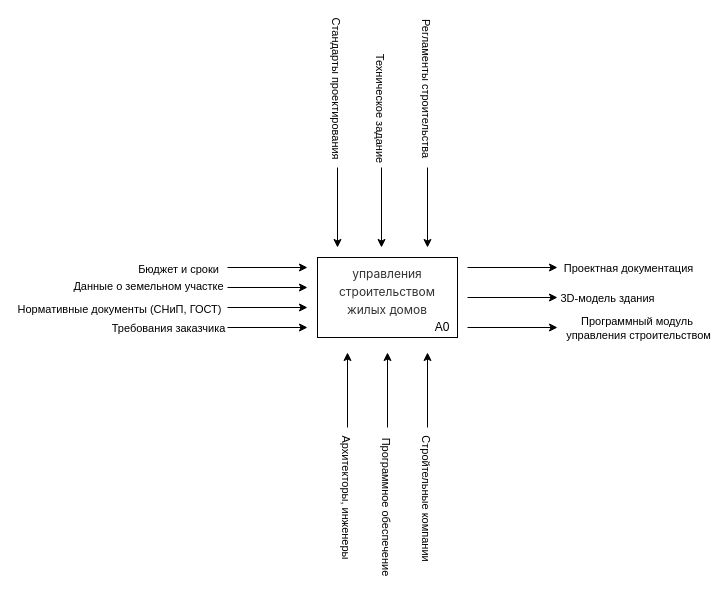
Earlier version of the draw.io diagram diagrams/idef0.drawio (lLegionl/BuildYourDream). Source tidied: cells renumbered, new cells numbered last; positions are measured from the earlier drawing's top-left corner, leaving out a move shared by most shapes. Both pictures are drawn from the tidied source at 100%, with x=0, y=0 at pixel (227, 167).
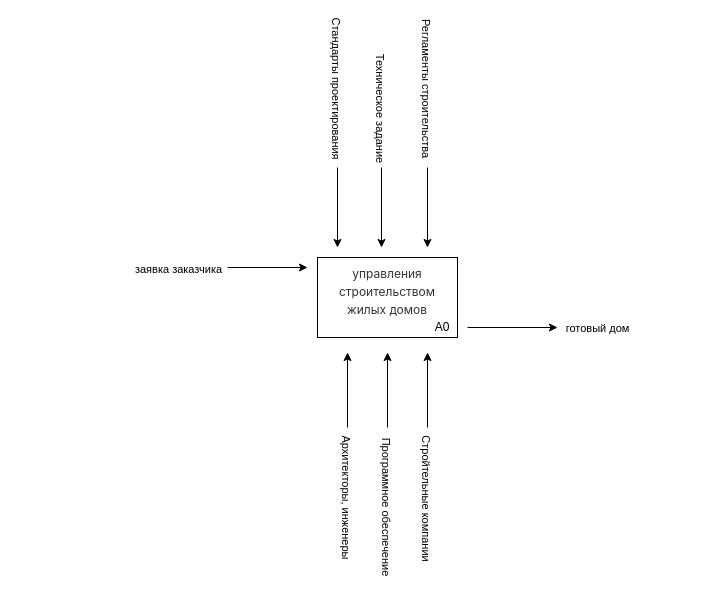
Above is the later version.

The change refers to these unchanged cells:
```xml
<mxCell id="4" style="endArrow=classic;html=1;rounded=0;" parent="1" edge="1">
  <mxGeometry relative="1" as="geometry">
    <mxPoint y="100" as="sourcePoint" />
    <mxPoint x="80" y="100" as="targetPoint" />
  </mxGeometry>
</mxCell>
<mxCell id="28" style="endArrow=classic;html=1;rounded=0;" parent="1" edge="1">
  <mxGeometry relative="1" as="geometry">
    <mxPoint x="240" y="160" as="sourcePoint" />
    <mxPoint x="330" y="160" as="targetPoint" />
  </mxGeometry>
</mxCell>
```

Diff of the diagram source:
```diff
@@
-    <mxCell id="5" value="Бюджет и сроки" style="edgeLabel;html=1;align=center;verticalAlign=middle;" parent="4" vertex="1">
+    <mxCell id="5" value="заявка заказчика" style="edgeLabel;html=1;align=center;verticalAlign=middle;" parent="4" vertex="1">
       <mxGeometry x="-0.15" y="-1" relative="1" as="geometry">
         <mxPoint x="-84" as="offset" />
       </mxGeometry>
     </mxCell>
-    <mxCell id="6" style="endArrow=classic;html=1;rounded=0;" parent="1" edge="1">
-      <mxGeometry relative="1" as="geometry">
-        <mxPoint y="120" as="sourcePoint" />
-        <mxPoint x="80" y="120" as="targetPoint" />
-      </mxGeometry>
-    </mxCell>
-    <mxCell id="7" value="Данные о земельном участке" style="edgeLabel;html=1;align=center;verticalAlign=middle;" parent="6" vertex="1">
-      <mxGeometry x="-0.33" y="2" relative="1" as="geometry">
-        <mxPoint x="-107" as="offset" />
-      </mxGeometry>
-    </mxCell>
-    <mxCell id="8" style="endArrow=classic;html=1;rounded=0;" parent="1" edge="1">
-      <mxGeometry relative="1" as="geometry">
-        <mxPoint y="140" as="sourcePoint" />
-        <mxPoint x="80" y="140" as="targetPoint" />
-      </mxGeometry>
-    </mxCell>
-    <mxCell id="9" value="Нормативные документы (СНиП, ГОСТ)" style="edgeLabel;html=1;align=center;verticalAlign=middle;" parent="8" vertex="1">
-      <mxGeometry x="-0.46" y="-1" relative="1" as="geometry">
-        <mxPoint x="-131" as="offset" />
-      </mxGeometry>
-    </mxCell>
-    <mxCell id="10" style="endArrow=classic;html=1;rounded=0;" parent="1" edge="1">
-      <mxGeometry relative="1" as="geometry">
-        <mxPoint y="160" as="sourcePoint" />
-        <mxPoint x="80" y="160" as="targetPoint" />
-      </mxGeometry>
-    </mxCell>
-    <mxCell id="11" value="Требования заказчика" style="edgeLabel;html=1;align=center;verticalAlign=middle;" parent="10" vertex="1">
-      <mxGeometry x="-0.38" relative="1" as="geometry">
-        <mxPoint x="-85" as="offset" />
-      </mxGeometry>
-    </mxCell>
@@
-    <mxCell id="24" style="endArrow=classic;html=1;rounded=0;" parent="1" edge="1">
-      <mxGeometry relative="1" as="geometry">
-        <mxPoint x="240" y="100" as="sourcePoint" />
-        <mxPoint x="330" y="100" as="targetPoint" />
-      </mxGeometry>
-    </mxCell>
-    <mxCell id="25" value="Проектная документация" style="edgeLabel;html=1;align=center;verticalAlign=middle;" parent="24" vertex="1">
-      <mxGeometry x="-0.14" y="-2" relative="1" as="geometry">
-        <mxPoint x="121" y="-2" as="offset" />
-      </mxGeometry>
-    </mxCell>
-    <mxCell id="26" style="endArrow=classic;html=1;rounded=0;" parent="1" edge="1">
-      <mxGeometry relative="1" as="geometry">
-        <mxPoint x="240" y="130" as="sourcePoint" />
-        <mxPoint x="330" y="130" as="targetPoint" />
-      </mxGeometry>
-    </mxCell>
-    <mxCell id="27" value="3D-модель здания" style="edgeLabel;html=1;align=center;verticalAlign=middle;" parent="26" vertex="1">
-      <mxGeometry x="0.01" relative="1" as="geometry">
-        <mxPoint x="94" as="offset" />
-      </mxGeometry>
-    </mxCell>
@@
-    <mxCell id="29" value="Программный модуль&amp;nbsp;&lt;div&gt;управления строительством&lt;/div&gt;" style="edgeLabel;html=1;align=center;verticalAlign=middle;" parent="28" vertex="1">
+    <mxCell id="29" value="готовый дом" style="edgeLabel;html=1;align=center;verticalAlign=middle;" parent="28" vertex="1">
       <mxGeometry x="0.21" y="2" relative="1" as="geometry">
-        <mxPoint x="116" y="2" as="offset" />
+        <mxPoint x="75" y="2" as="offset" />
       </mxGeometry>
     </mxCell>
```
